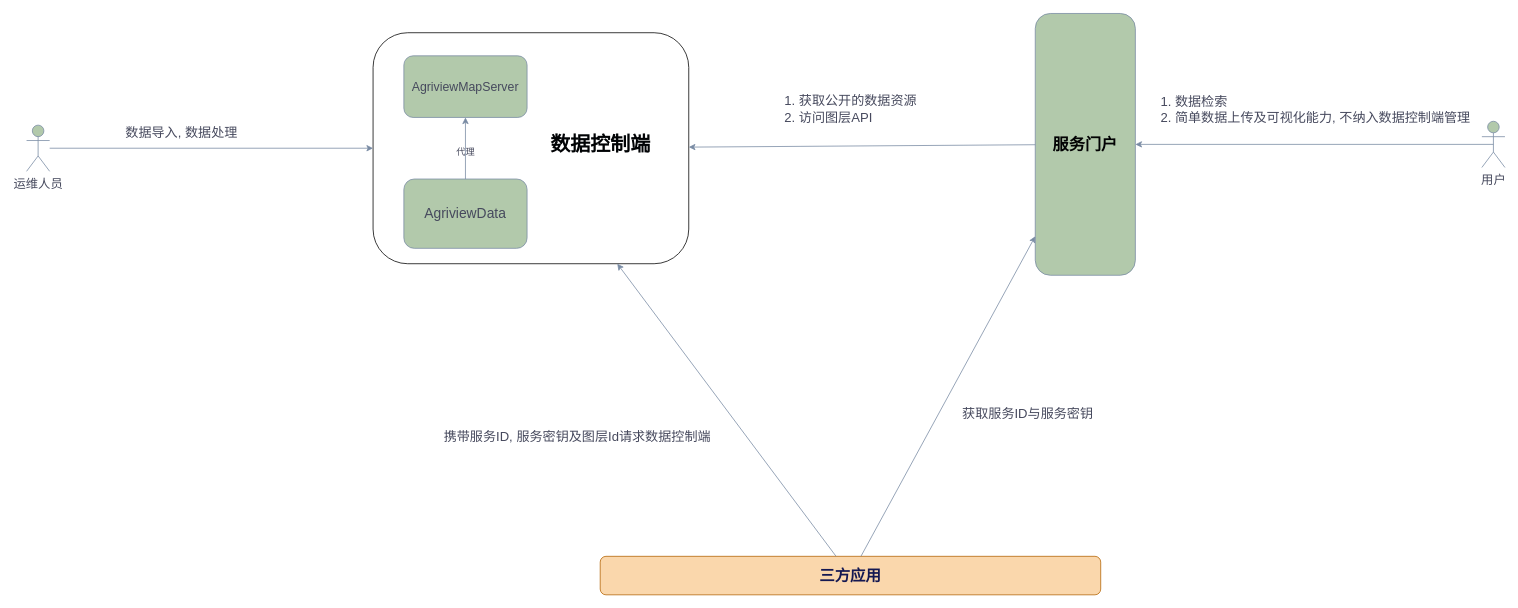
Above: page "第 1 页" (1 of 2) of GIS 一张图.drawio in GISering/diagram (draw.io), before the change. Source tidied: cells renumbered, new cells numbered last; positions are measured from the earlier drawing's top-left corner, leaving out a move shared by most shapes. Both pictures are drawn from the tidied source at 77%, with x=0, y=0 at pixel (26, 13).
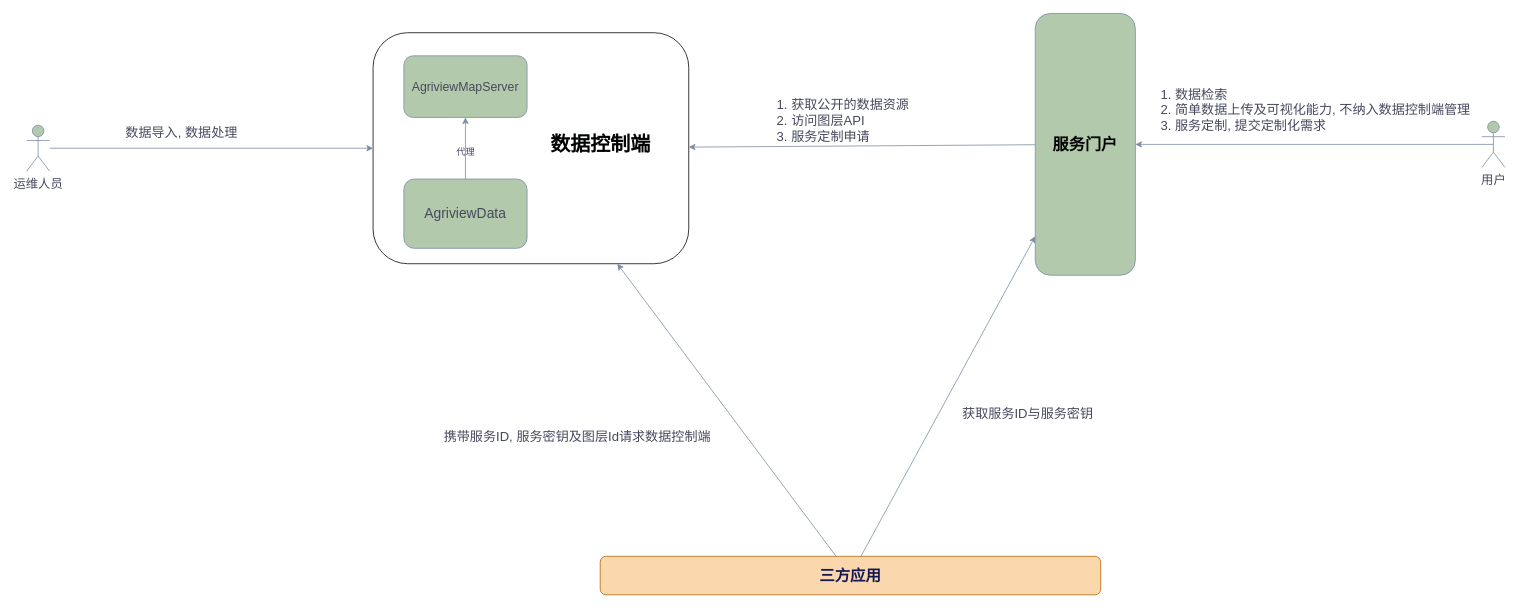
The same page after the edit.

Commit message (it also covers changes not shown here):
更新GIS 一张图.drawio

The change refers to these unchanged cells:
```xml
<mxCell id="14" style="endArrow=classic;html=1;rounded=0;strokeColor=#788AA3;fontColor=#46495D;fillColor=#B2C9AB;exitX=0.5;exitY=0.5;exitDx=0;exitDy=0;exitPerimeter=0;" parent="1" edge="1" source="2" target="3">
  <mxGeometry relative="1" as="geometry" />
</mxCell>
```

The edit, as a diff of the source:
```diff
@@
-    <mxCell id="15" value="1. 数据检索&lt;br style=&quot;font-size: 17px;&quot;&gt;2. 简单数据上传及可视化能力, 不纳入数据控制端管理" style="edgeLabel;html=1;align=left;verticalAlign=middle;fontColor=#46495D;fontSize=17;" parent="14" vertex="1">
+    <mxCell id="15" value="1. 数据检索&lt;br style=&quot;font-size: 17px;&quot;&gt;2. 简单数据上传及可视化能力, 不纳入数据控制端管理&lt;br&gt;3. 服务定制, 提交定制化需求" style="edgeLabel;html=1;align=left;verticalAlign=middle;fontColor=#46495D;fontSize=17;" parent="14" vertex="1">
       <mxGeometry x="0.11" y="1" relative="1" as="geometry">
         <mxPoint x="-176" y="-46" as="offset" />
       </mxGeometry>
     </mxCell>
@@
-    <mxCell id="17" value="1. 获取公开的数据资源&lt;br style=&quot;font-size: 17px;&quot;&gt;&lt;div style=&quot;text-align: left; font-size: 17px;&quot;&gt;&lt;span style=&quot;background-color: initial; font-size: 17px;&quot;&gt;2. 访问图层API&lt;/span&gt;&lt;/div&gt;" style="text;html=1;align=center;verticalAlign=middle;strokeColor=none;fillColor=none;fontColor=#46495D;fontSize=17;" parent="1" vertex="1">
-      <mxGeometry x="970" y="100" width="200" height="50" as="geometry" />
+    <mxCell id="17" value="1. 获取公开的数据资源&lt;br style=&quot;font-size: 17px;&quot;&gt;&lt;div style=&quot;text-align: left; font-size: 17px;&quot;&gt;&lt;span style=&quot;background-color: initial; font-size: 17px;&quot;&gt;2. 访问图层API&lt;br&gt;3. 服务定制申请&lt;/span&gt;&lt;/div&gt;" style="text;html=1;align=center;verticalAlign=middle;strokeColor=none;fillColor=none;fontColor=#46495D;fontSize=17;" parent="1" vertex="1">
+      <mxGeometry x="960" y="105" width="200" height="70" as="geometry" />
     </mxCell>
```
